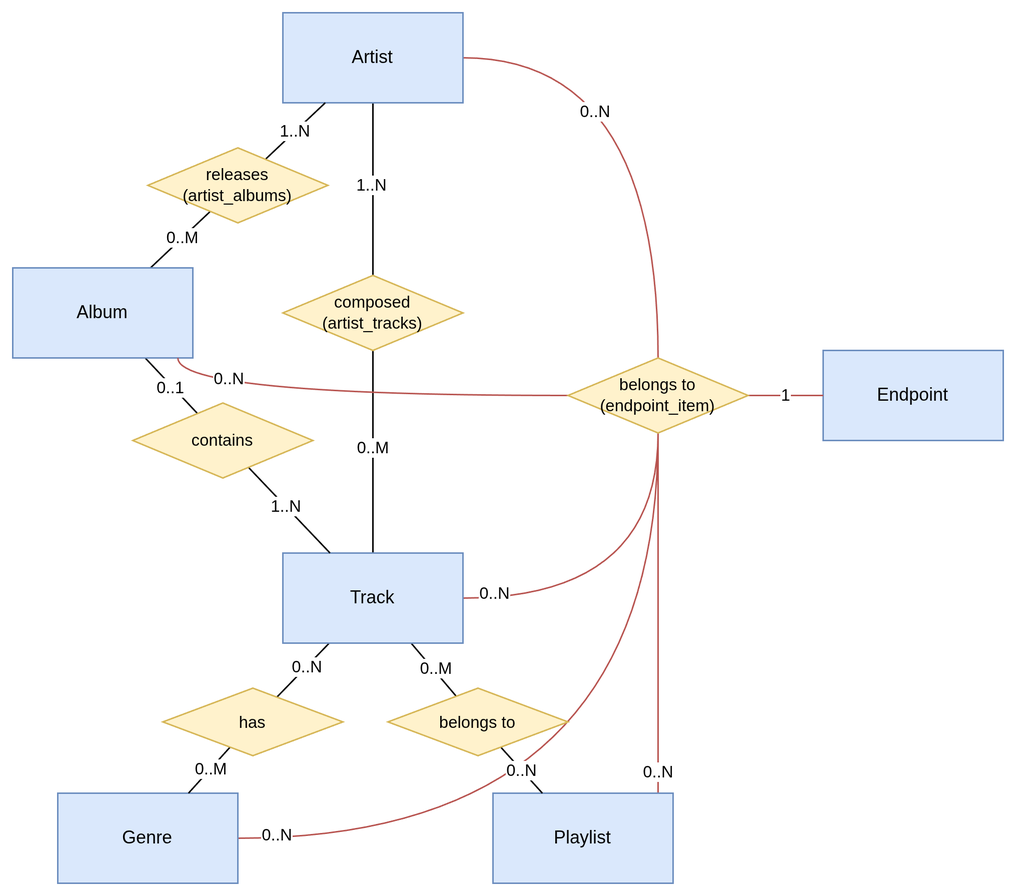
Above: backend/src/_ER_Diagram.drawio.png in gelaechter/leidenfrost (draw.io), before the change. Source tidied: cells renumbered, new cells last; positions are measured from the earlier drawing's top-left corner, leaving out a move shared by most shapes.
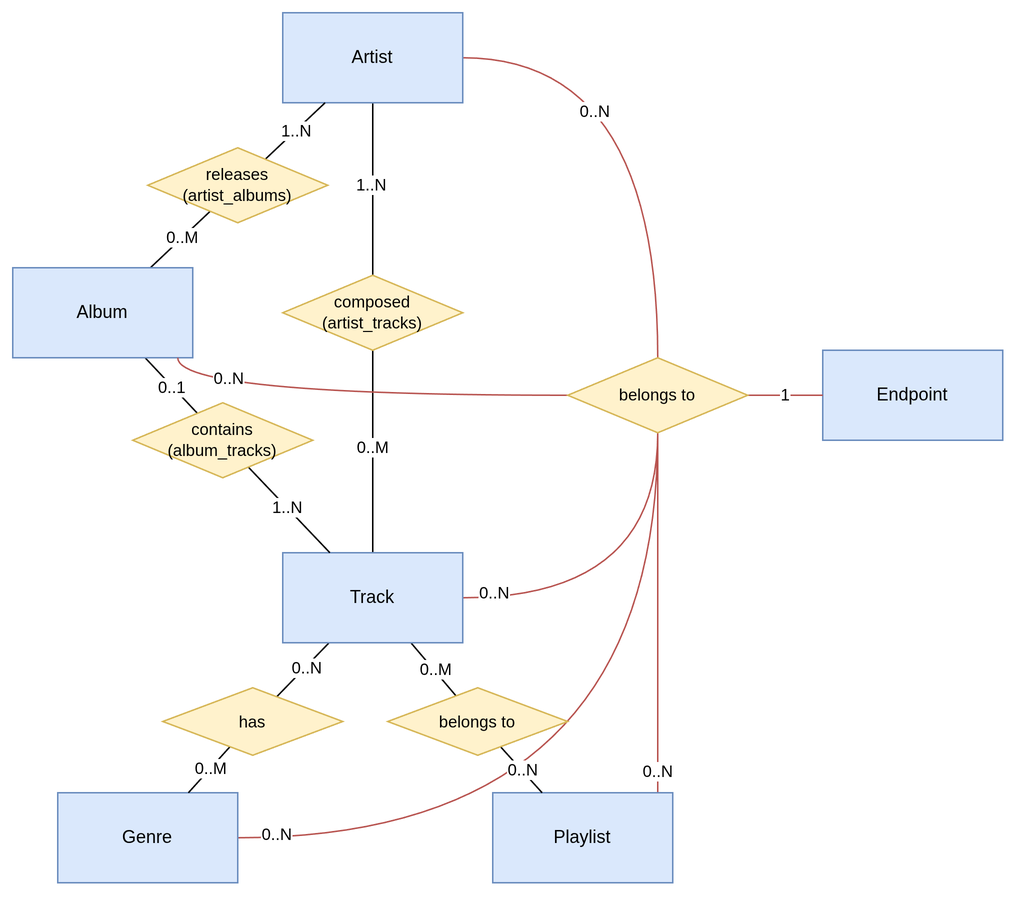
After the change.

The edit, as a diff of the source:
```diff
@@ -120,7 +120,7 @@
     <mxCell id="38" value="1..N" style="edgeLabel;html=1;align=center;verticalAlign=middle;" parent="37" vertex="1">
       <mxGeometry x="-0.08" relative="1" as="geometry" />
     </mxCell>
-    <mxCell id="39" value="contains" style="rhombus;whiteSpace=wrap;html=1;fontFamily=Helvetica;fontSize=11;labelBackgroundColor=none;fillColor=#fff2cc;strokeColor=#d6b656;" parent="1" vertex="1">
+    <mxCell id="39" value="contains&lt;br&gt;(album_tracks)" style="rhombus;whiteSpace=wrap;html=1;fontFamily=Helvetica;fontSize=11;labelBackgroundColor=none;fillColor=#fff2cc;strokeColor=#d6b656;" parent="1" vertex="1">
       <mxGeometry x="80" y="260" width="120" height="50" as="geometry" />
     </mxCell>
     <mxCell id="40" value="Endpoint" style="rounded=0;whiteSpace=wrap;html=1;fillColor=#dae8fc;strokeColor=#6c8ebf;" parent="1" vertex="1">
@@ -139,7 +139,7 @@
     <mxCell id="43" value="0..N" style="edgeLabel;html=1;align=center;verticalAlign=middle;" parent="42" vertex="1">
       <mxGeometry x="0.59" y="-11" relative="1" as="geometry" />
     </mxCell>
-    <mxCell id="44" value="belongs to&lt;br&gt;(endpoint_item)" style="rhombus;whiteSpace=wrap;html=1;fontFamily=Helvetica;fontSize=11;labelBackgroundColor=none;fillColor=#fff2cc;strokeColor=#d6b656;" parent="1" vertex="1">
+    <mxCell id="44" value="belongs to" style="rhombus;whiteSpace=wrap;html=1;fontFamily=Helvetica;fontSize=11;labelBackgroundColor=none;fillColor=#fff2cc;strokeColor=#d6b656;" parent="1" vertex="1">
       <mxGeometry x="370" y="230" width="120" height="50" as="geometry" />
     </mxCell>
   </root>
```
